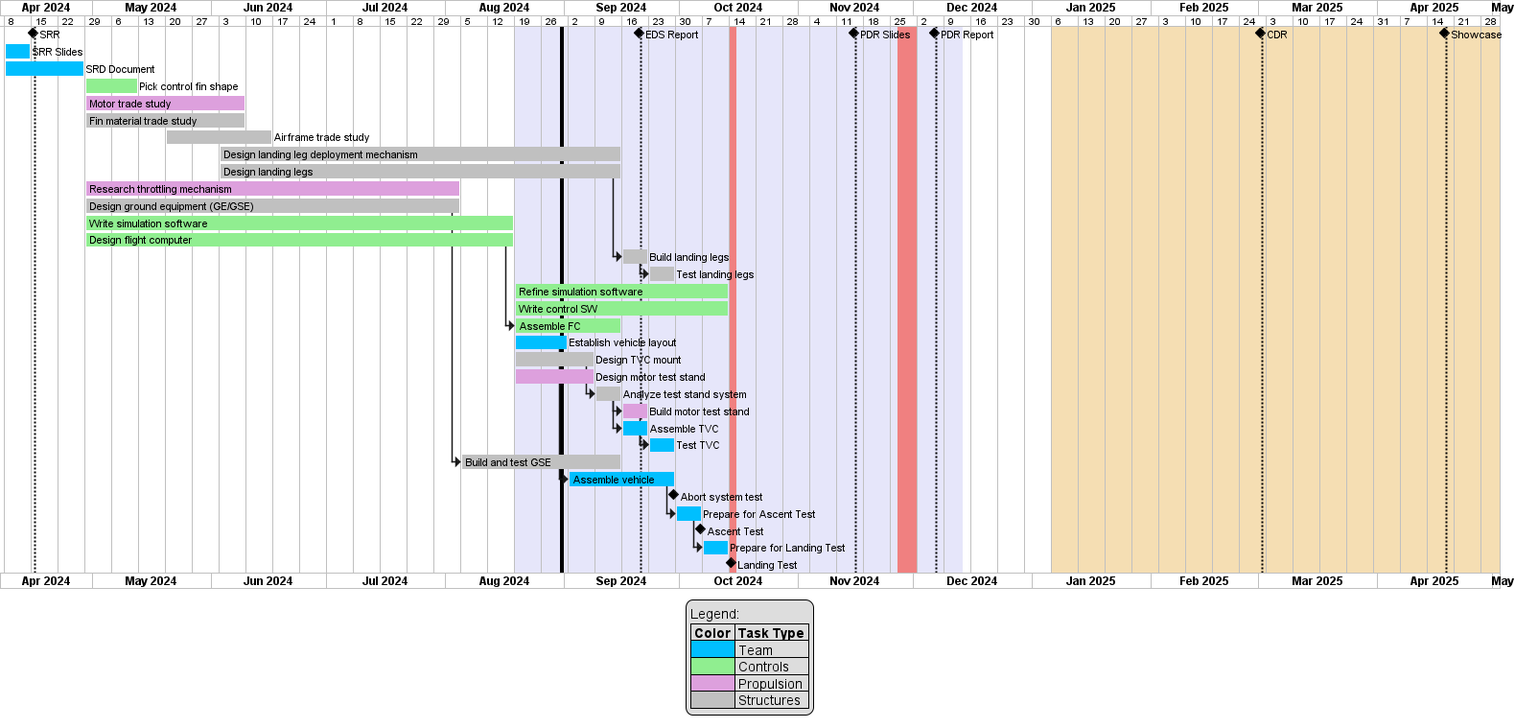
This is diagrams/out/gantt_chart.png from Laagaard/Rocket_Lander, a PlantUML export, as it was before one commit.
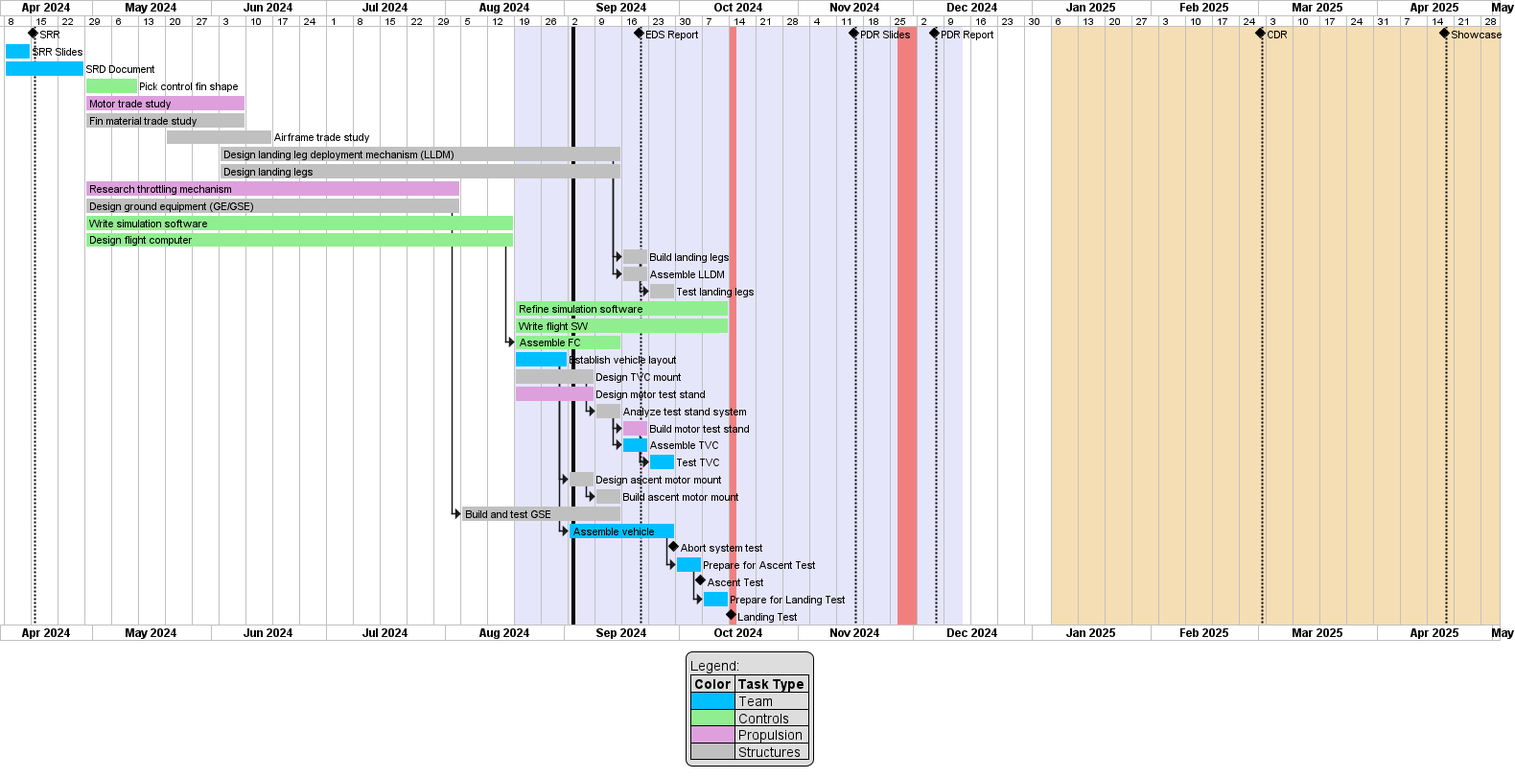
Above is the later version.

Commit message:
Gantt Chart Update: Ascent system

- Add `Design ascent motor mount`
- Add `Build ascent motor mount`
- Add `Assemble LLDM`

The edit, as a diff of the source:
```diff
@@ -50,7 +50,7 @@
 [Motor trade study] requires 6 weeks and starts 2024-04-29 and is colored in plum
 [Fin material trade study] requires 6 weeks and starts 2024-04-29 and is colored in silver
 [Airframe trade study] requires 4 weeks and starts 2024-05-20 and is colored in silver
-[Design landing leg deployment mechanism] requires 15 weeks and starts 2024-06-03 and is colored in silver
+[Design landing leg deployment mechanism (LLDM)] requires 15 weeks and starts 2024-06-03 and is colored in silver
 [Design landing legs] requires 15 weeks and starts at 2024-06-03 and is colored in silver
 [Research throttling mechanism] requires 14 weeks and starts 2024-04-29 and is colored in plum
 [Design ground equipment (GE/GSE)] requires 14 weeks and starts 2024-04-29 and is colored in silver
@@ -59,9 +59,10 @@
 
 
 [Build landing legs] requires 1 weeks and starts at [Design landing legs]'s end and is colored in silver
+[Assemble LLDM] requires 1 week and starts at [Design landing leg deployment mechanism (LLDM)]'s end and is colored in silver
 [Test landing legs] requires 1 weeks and starts at [Build landing legs]'s end and is colored in silver
 [Refine simulation software] requires 8 weeks and starts 2024-08-19 and is colored in lightgreen
-[Write control SW] requires 8 weeks and starts 2024-08-19 and is colored in lightgreen
+[Write flight SW] requires 8 weeks and starts 2024-08-19 and is colored in lightgreen
 [Assemble FC] requires 4 weeks and starts at [Design flight computer]'s end and is colored in lightgreen
 [Establish vehicle layout] requires 2 weeks and starts 2024-08-19 and is colored in deepskyblue
 [Design TVC mount] requires 3 weeks and starts 2024-08-19 and is colored in silver
@@ -70,6 +71,8 @@
 [Build motor test stand] requires 1 weeks and starts at [Analyze test stand system]'s end and is colored in plum
 [Assemble TVC] requires 1 weeks and starts at [Analyze test stand system]'s end and is colored in deepskyblue
 [Test TVC] requires 1 weeks and starts at [Assemble TVC]'s end and is colored in deepskyblue
+[Design ascent motor mount] requires 1 week and starts at [Establish vehicle layout]'s end and is colored in silver
+[Build ascent motor mount] requires 1 week and starts at [Design ascent motor mount]'s end and is colored in silver
 [Build and test GSE] requires 6 weeks and starts at [Design ground equipment (GE/GSE)]'s end and is colored in silver
 [Assemble vehicle] requires 4 weeks and starts at [Establish vehicle layout]'s end and is colored in deepskyblue
 [Abort system test] happens at [Assemble vehicle]'s end
```
